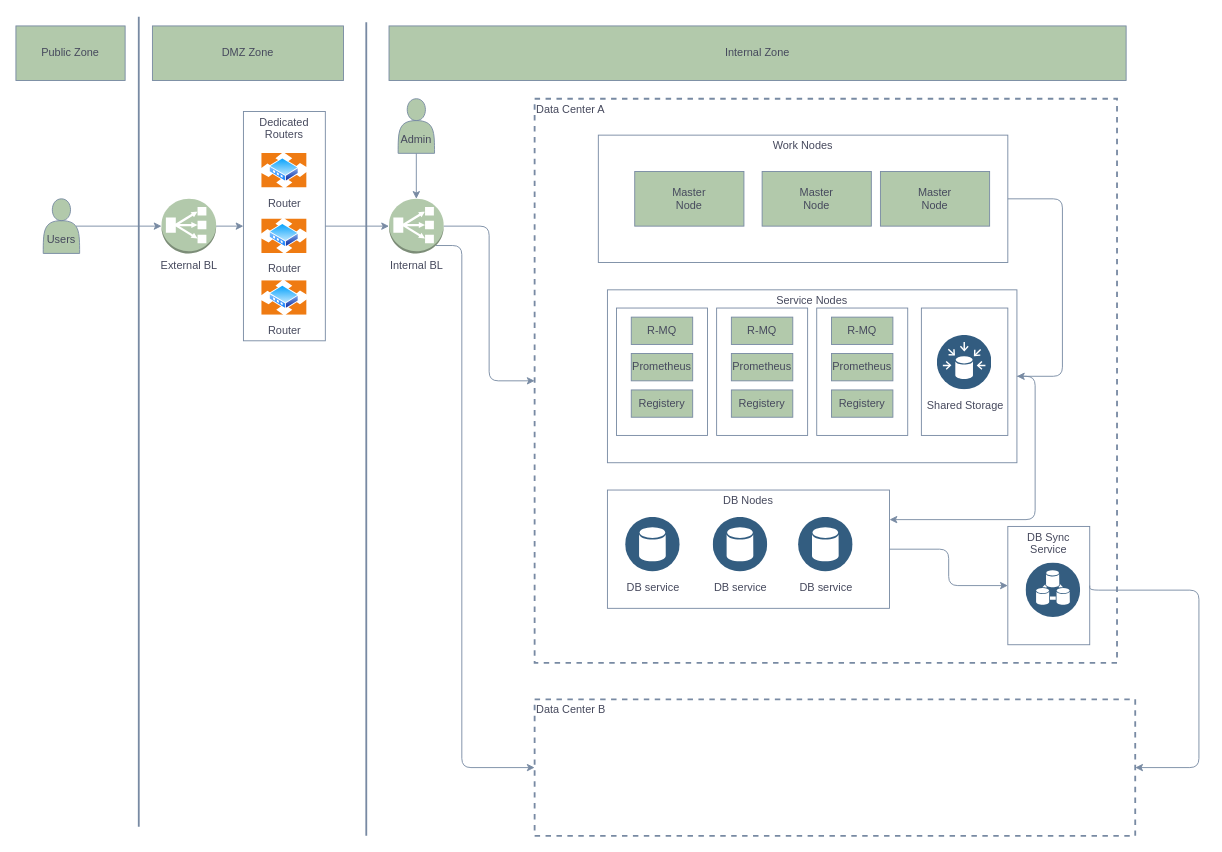
This is page "Physical Operational Diagram" (5 of 5) of DD_Logical_Arch_overview.drawio from JackZhao2517/drawio_folder, a draw.io file, before an edit. Source tidied: cells renumbered, new cells numbered last; positions are measured from the earlier drawing's top-left corner, leaving out a move shared by most shapes. Both pictures are drawn from the tidied source at 91%, with x=0, y=0 at pixel (15, 16).
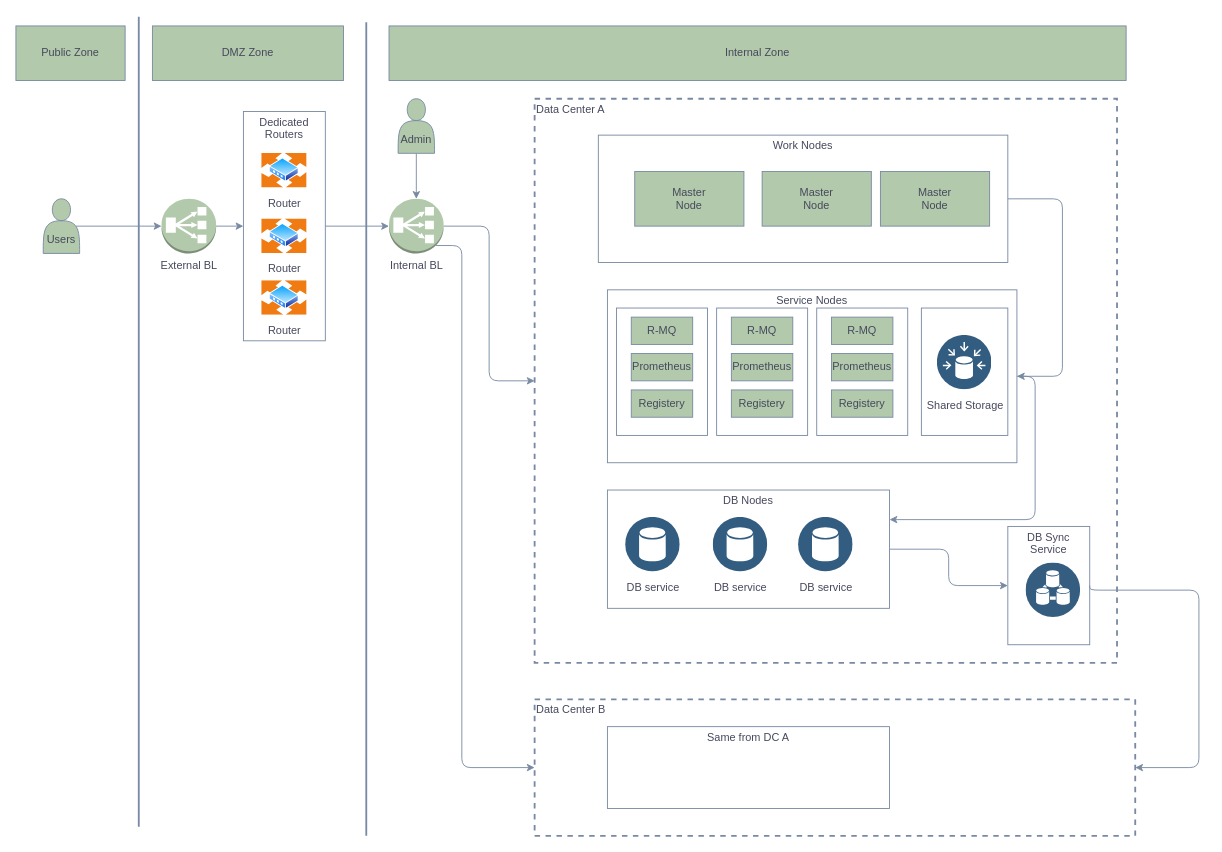
After the change.

The change refers to these unchanged cells:
```xml
<mxCell id="48" value="&lt;div align=&quot;left&quot;&gt;Data Center B&lt;br&gt;&lt;/div&gt;" style="fontStyle=0;verticalAlign=top;align=left;spacingTop=-2;fillColor=none;whiteSpace=wrap;html=1;strokeColor=#788AA3;strokeWidth=2;dashed=1;fontColor=#46495D;" parent="1" vertex="1">
  <mxGeometry x="570" y="750" width="660" height="150" as="geometry" />
</mxCell>
```

Change to the diagram source:
```diff
@@
+    <mxCell id="52" value="Same from DC A" style="fontStyle=0;verticalAlign=top;align=center;spacingTop=-2;fillColor=none;whiteSpace=wrap;html=1;strokeColor=#788AA3;strokeWidth=1;dashed=0;fontColor=#46495D;" parent="48" vertex="1">
+      <mxGeometry x="80" y="30" width="310" height="90" as="geometry" />
+    </mxCell>
```
